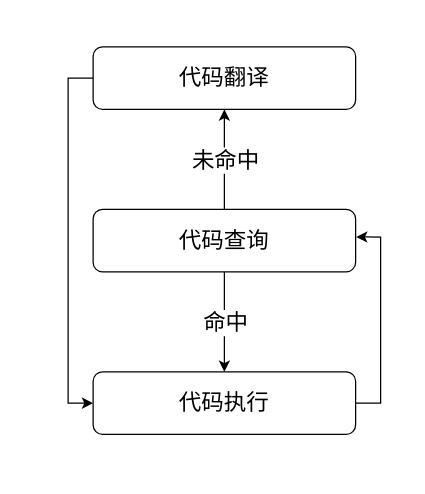
This is page "基本块的查找与翻译" (10 of 20) of lajit.drawio from ganjue66da/ganjue66da, a draw.io file, before an edit. Source tidied: cells renumbered, new cells numbered last; positions are measured from the earlier drawing's top-left corner, leaving out a move shared by most shapes. Both pictures are drawn from the tidied source at 125%, with x=0, y=0 at pixel (92, 46).
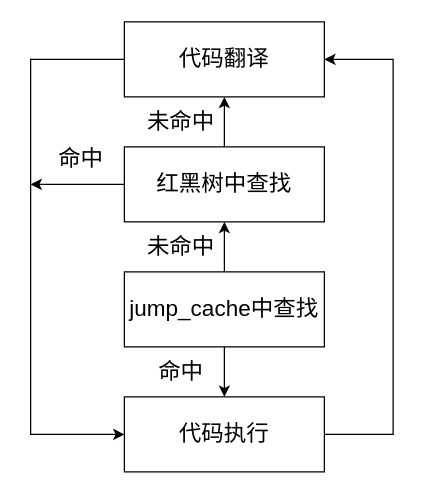
Above is the later version.

Change to the diagram source:
```diff
@@
 <mxGraphModel>
   <root>
     <mxCell id="0" />
     <mxCell id="1" parent="0" />
+    <mxCell id="11" style="edgeStyle=orthogonalEdgeStyle;rounded=0;jettySize=auto;html=1;fontSize=18;" parent="1" edge="1" source="13" target="16">
+      <mxGeometry relative="1" as="geometry" />
+    </mxCell>
+    <mxCell id="12" style="edgeStyle=orthogonalEdgeStyle;rounded=0;jettySize=auto;html=1;fontSize=18;" parent="1" edge="1" source="13" target="6">
+      <mxGeometry relative="1" as="geometry" />
+    </mxCell>
+    <mxCell id="13" value="jump_cache中查找" style="rounded=0;whiteSpace=wrap;html=1;fontSize=18;fillColor=none;" parent="1" vertex="1">
+      <mxGeometry x="25" y="180" width="160" height="60" as="geometry" />
+    </mxCell>
+    <mxCell id="14" style="edgeStyle=orthogonalEdgeStyle;rounded=0;jettySize=auto;html=1;fontSize=18;" parent="1" edge="1" source="16" target="3">
+      <mxGeometry relative="1" as="geometry" />
+    </mxCell>
+    <mxCell id="15" style="edgeStyle=orthogonalEdgeStyle;rounded=0;jettySize=auto;html=1;exitX=0;exitY=0.5;exitDx=0;exitDy=0;fontSize=18;" parent="1" edge="1" source="16">
+      <mxGeometry relative="1" as="geometry">
+        <mxPoint x="-50" y="110" as="targetPoint" />
+      </mxGeometry>
+    </mxCell>
+    <mxCell id="16" value="红黑树中查找" style="rounded=0;whiteSpace=wrap;html=1;fontSize=18;fillColor=none;" parent="1" vertex="1">
+      <mxGeometry x="25" y="80" width="160" height="60" as="geometry" />
+    </mxCell>
+    <mxCell id="17" value="未命中" style="text;html=1;align=center;verticalAlign=middle;strokeColor=none;fillColor=none;fontSize=18;" parent="1" vertex="1">
+      <mxGeometry x="30" y="140" width="80" height="40" as="geometry" />
+    </mxCell>
     <mxCell id="2" style="edgeStyle=orthogonalEdgeStyle;rounded=0;jettySize=auto;html=1;exitX=0;exitY=0.5;exitDx=0;exitDy=0;entryX=0;entryY=0.5;entryDx=0;entryDy=0;fontSize=18;" parent="1" edge="1" source="3" target="6">
-      <mxGeometry relative="1" as="geometry" />
+      <mxGeometry relative="1" as="geometry">
+        <Array as="points">
+          <mxPoint x="-50" y="10" />
+          <mxPoint x="-50" y="310" />
+        </Array>
+      </mxGeometry>
     </mxCell>
-    <mxCell id="3" value="代码翻译" style="rounded=1;whiteSpace=wrap;html=1;fontSize=18;fillColor=none;" parent="1" vertex="1">
-      <mxGeometry width="210" height="50" as="geometry" />
+    <mxCell id="3" value="代码翻译" style="rounded=0;whiteSpace=wrap;html=1;fontSize=18;fillColor=none;" parent="1" vertex="1">
+      <mxGeometry x="25" y="-20" width="160" height="60" as="geometry" />
     </mxCell>
-    <mxCell id="4" value="代码查询" style="rounded=1;whiteSpace=wrap;html=1;fontSize=18;fillColor=none;" parent="1" vertex="1">
-      <mxGeometry y="130" width="210" height="50" as="geometry" />
-    </mxCell>
-    <mxCell id="5" style="edgeStyle=orthogonalEdgeStyle;rounded=0;jettySize=auto;html=1;exitX=1;exitY=0.5;exitDx=0;exitDy=0;entryX=1.002;entryY=0.441;entryDx=0;entryDy=0;entryPerimeter=0;fontSize=18;" parent="1" edge="1" source="6" target="4">
-      <mxGeometry relative="1" as="geometry" />
-    </mxCell>
+    <mxCell id="18" style="edgeStyle=orthogonalEdgeStyle;rounded=0;jettySize=auto;html=1;exitX=1;exitY=0.5;exitDx=0;exitDy=0;entryX=1;entryY=0.5;entryDx=0;entryDy=0;fontSize=18;" parent="1" edge="1" source="6" target="3">
+      <mxGeometry x="0.1" y="-20" relative="1" as="geometry">
+        <Array as="points">
+          <mxPoint x="240" y="310" />
+          <mxPoint x="240" y="10" />
+        </Array>
+      </mxGeometry>
+    </mxCell>
-    <mxCell id="6" value="代码执行" style="rounded=1;whiteSpace=wrap;html=1;fontSize=18;fillColor=none;" parent="1" vertex="1">
-      <mxGeometry y="260" width="210" height="50" as="geometry" />
+    <mxCell id="6" value="代码执行" style="rounded=0;whiteSpace=wrap;html=1;fontSize=18;fillColor=none;" parent="1" vertex="1">
+      <mxGeometry x="25" y="280" width="160" height="60" as="geometry" />
     </mxCell>
-    <mxCell id="7" style="endArrow=classic;html=1;rounded=0;fontSize=18;exitX=0.5;exitY=0;exitDx=0;exitDy=0;entryX=0.5;entryY=1;entryDx=0;entryDy=0;" parent="1" edge="1" source="4" target="3">
-      <mxGeometry relative="1" as="geometry" />
-    </mxCell>
-    <mxCell id="8" value="未命中" style="edgeLabel;html=1;align=center;verticalAlign=middle;fontSize=18;fillColor=#EA6B66;" parent="7" vertex="1">
-      <mxGeometry relative="1" as="geometry" />
-    </mxCell>
-    <mxCell id="9" style="endArrow=classic;html=1;rounded=0;fontSize=18;exitX=0.5;exitY=1;exitDx=0;exitDy=0;" parent="1" edge="1" source="4" target="6">
-      <mxGeometry relative="1" as="geometry" />
-    </mxCell>
-    <mxCell id="10" value="命中" style="edgeLabel;html=1;align=center;verticalAlign=middle;fontSize=18;fillColor=#FFF2CC;" parent="9" vertex="1">
-      <mxGeometry relative="1" as="geometry" />
-    </mxCell>
+    <mxCell id="19" value="命中" style="text;html=1;align=center;verticalAlign=middle;strokeColor=none;fillColor=none;fontSize=18;" parent="1" vertex="1">
+      <mxGeometry x="-40" y="70" width="60" height="40" as="geometry" />
+    </mxCell>
+    <mxCell id="20" value="命中" style="text;html=1;align=center;verticalAlign=middle;strokeColor=none;fillColor=none;fontSize=18;" parent="1" vertex="1">
+      <mxGeometry x="40" y="240" width="60" height="40" as="geometry" />
+    </mxCell>
+    <mxCell id="21" value="未命中" style="text;html=1;align=center;verticalAlign=middle;strokeColor=none;fillColor=none;fontSize=18;" parent="1" vertex="1">
+      <mxGeometry x="30" y="40" width="80" height="40" as="geometry" />
+    </mxCell>
   </root>
 </mxGraphModel>
```
